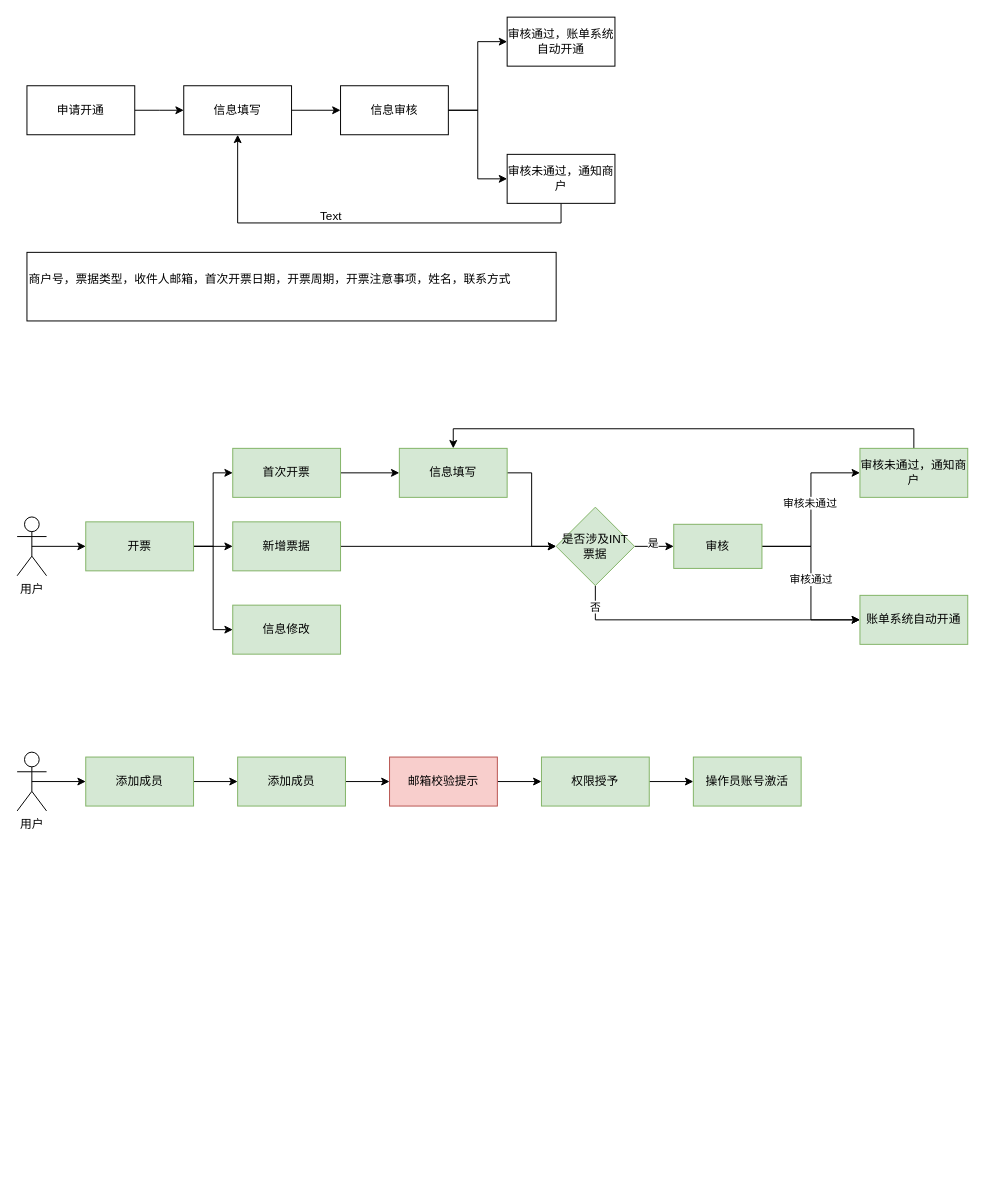
Above: 开票流程.drawio in littleDagron/Codepractice (draw.io), before the change. Source tidied: cells renumbered, new cells numbered last; positions are measured from the earlier drawing's top-left corner, leaving out a move shared by most shapes. Both pictures are drawn from the tidied source at 98%, with x=0, y=0 at pixel (17, 17).
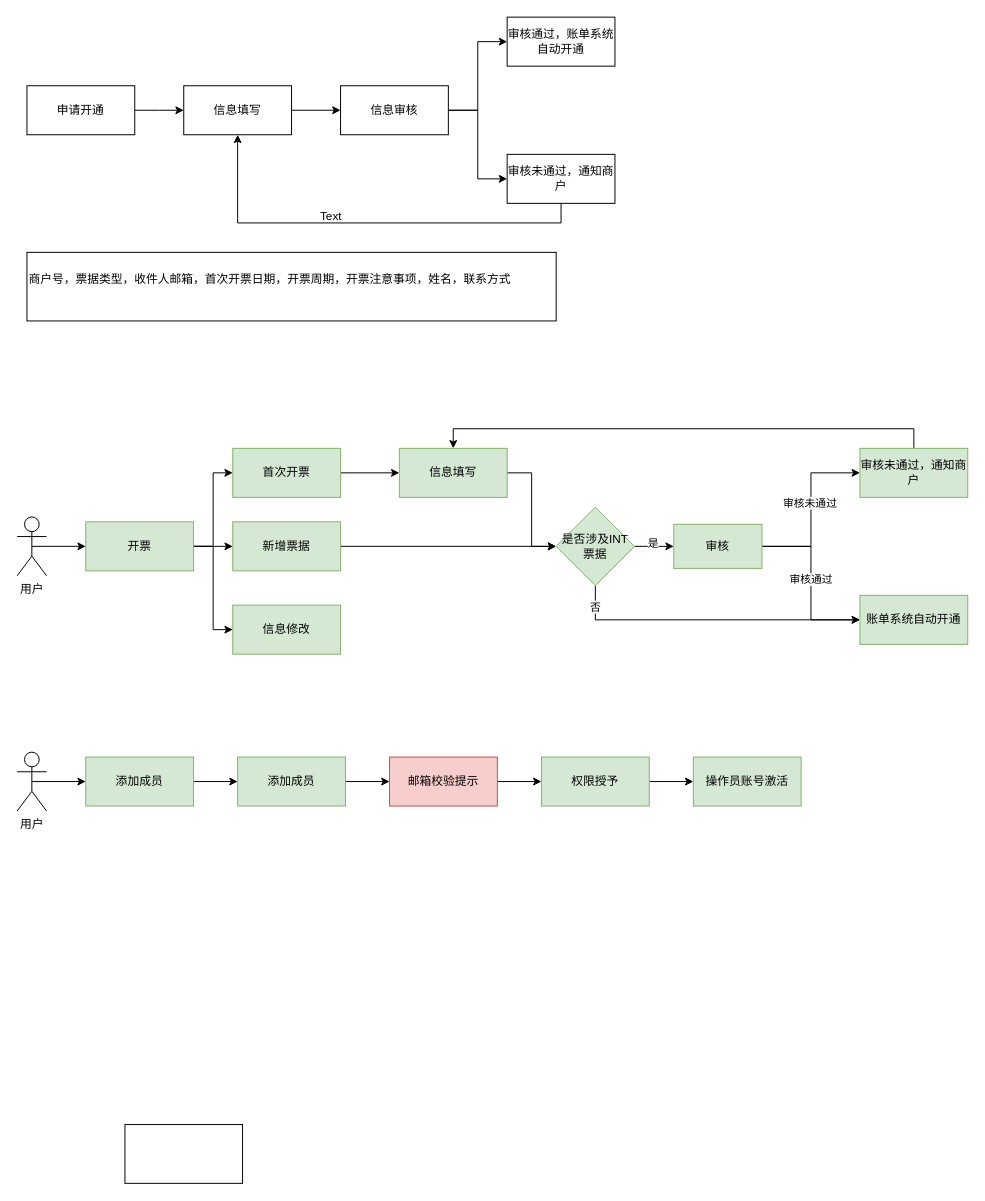
After the change.

Commit message:
更新开票流程.drawio

What changed in the source:
```diff
@@
+    <mxCell id="52" style="rounded=0;whiteSpace=wrap;html=1;" parent="1" vertex="1">
+      <mxGeometry x="110" y="1130" width="120" height="60" as="geometry" />
+    </mxCell>
```
